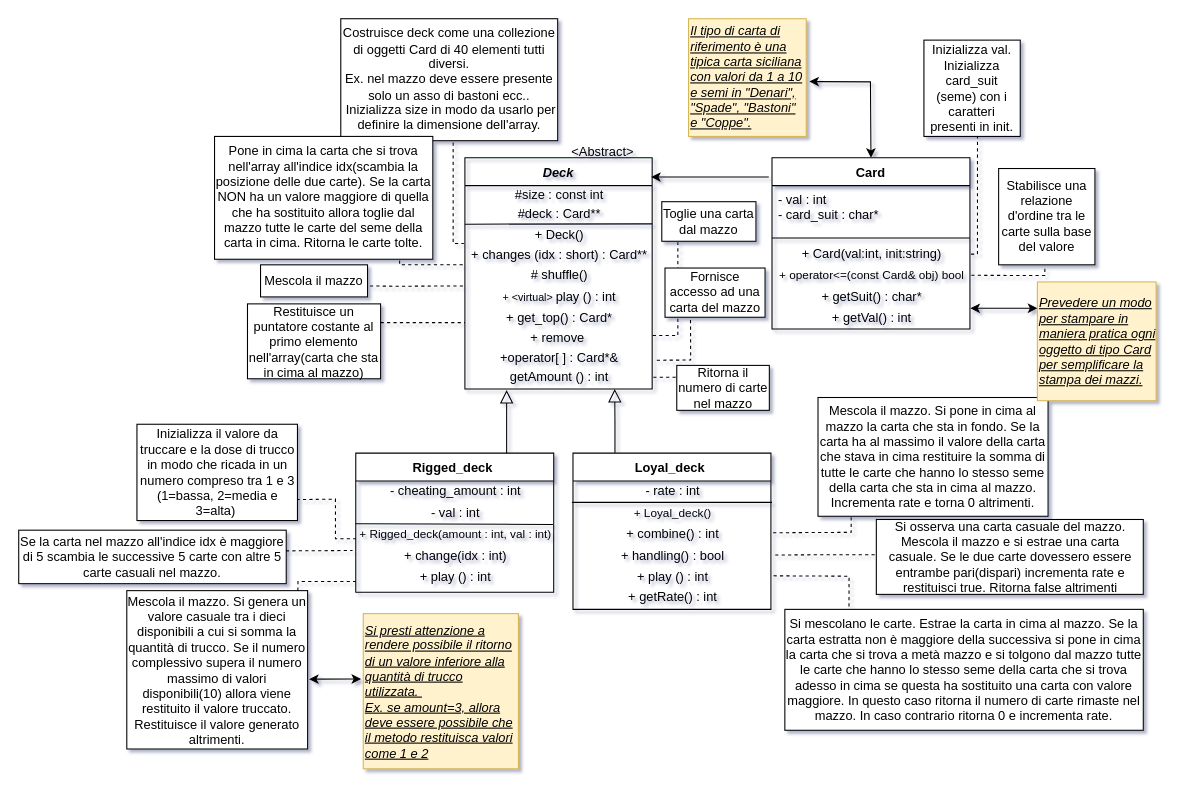
Before: Lab.-ProgI-AA-2022/Deck/DiagrammaDeck.drawio in nameisalfio/ProgI, a draw.io diagram. Source tidied: cells renumbered, new cells numbered last; positions are measured from the earlier drawing's top-left corner, leaving out a move shared by most shapes. Both pictures are drawn from the tidied source at 107%, with x=0, y=0 at pixel (18, 18).
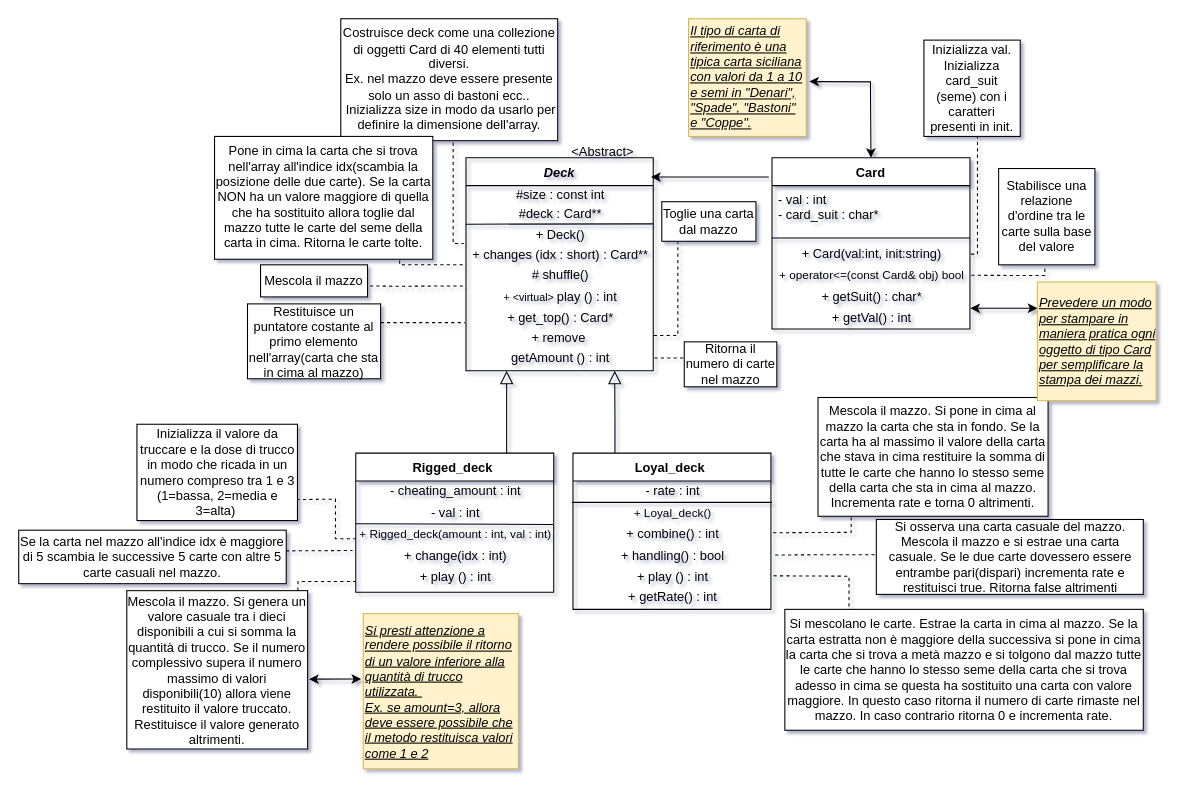
The same page after the edit.

Commit message (it also covers changes not shown here):
Deck_UML

Unchanged cells that the change refers to:
```xml
<mxCell id="14" value="Rigged_deck " style="swimlane;fontStyle=1;align=center;verticalAlign=top;horizontal=1;startSize=26;rounded=0;shadow=0;strokeWidth=1;" parent="1" vertex="1">
  <mxGeometry x="315" y="406" width="185" height="130" as="geometry" />
</mxCell>
```

The edit, as a diff of the source:
```diff
@@
     <mxCell id="2" value="Deck" style="swimlane;fontStyle=3;align=center;verticalAlign=top;horizontal=1;startSize=26;rounded=0;shadow=0;strokeWidth=1;fillColor=none;" parent="1" vertex="1">
-      <mxGeometry x="417" y="130" width="175" height="216" as="geometry" />
+      <mxGeometry x="418" y="130" width="175" height="199" as="geometry" />
     </mxCell>
@@
-    <mxCell id="12" value="+operator[ ] : Card*&amp;amp;" style="text;html=1;align=center;verticalAlign=middle;points=[];fillColor=none;rounded=0;" parent="2" vertex="1">
-      <mxGeometry y="178" width="175" height="18" as="geometry" />
-    </mxCell>
     <mxCell id="13" value="getAmount () : int" style="text;html=1;align=center;verticalAlign=middle;points=[];fillColor=none;rounded=0;" parent="2" vertex="1">
-      <mxGeometry y="196" width="175" height="18" as="geometry" />
+      <mxGeometry y="178" width="175" height="18" as="geometry" />
     </mxCell>
@@
     <mxCell id="21" style="endArrow=block;endSize=10;endFill=0;shadow=0;strokeWidth=1;rounded=0;edgeStyle=elbowEdgeStyle;elbow=vertical;" parent="1" edge="1" source="14">
       <mxGeometry relative="1" as="geometry">
-        <mxPoint x="456" y="347" as="targetPoint" />
+        <mxPoint x="456" y="329" as="targetPoint" />
         <Array as="points">
           <mxPoint x="456" y="361" />
         </Array>
       </mxGeometry>
     </mxCell>
@@
-    <mxCell id="73" value="Fornisce accesso ad una carta del mazzo" style="rounded=0;whiteSpace=wrap;html=1;" parent="1" vertex="1">
-      <mxGeometry x="604" y="233" width="93.5" height="46" as="geometry" />
-    </mxCell>
-    <mxCell id="74" style="endArrow=none;dashed=1;html=1;rounded=0;entryX=1.014;entryY=0.619;entryDx=0;entryDy=0;entryPerimeter=0;exitX=0.255;exitY=1.058;exitDx=0;exitDy=0;exitPerimeter=0;" parent="1" edge="1" source="73" target="12">
-      <mxGeometry relative="1" as="geometry">
-        <Array as="points">
-          <mxPoint x="628" y="319" />
-        </Array>
-      </mxGeometry>
-    </mxCell>
     <mxCell id="75" value="Ritorna il numero di carte nel mazzo" style="rounded=0;whiteSpace=wrap;html=1;" parent="1" vertex="1">
-      <mxGeometry x="615" y="324" width="86.5" height="42" as="geometry" />
+      <mxGeometry x="622" y="302" width="86.5" height="42" as="geometry" />
     </mxCell>
     <mxCell id="76" style="endArrow=none;dashed=1;html=1;rounded=0;exitX=1.006;exitY=0.5;exitDx=0;exitDy=0;exitPerimeter=0;" parent="1" edge="1" source="13">
       <mxGeometry relative="1" as="geometry">
-        <mxPoint x="615" y="335" as="targetPoint" />
+        <mxPoint x="623" y="317" as="targetPoint" />
       </mxGeometry>
     </mxCell>
```
